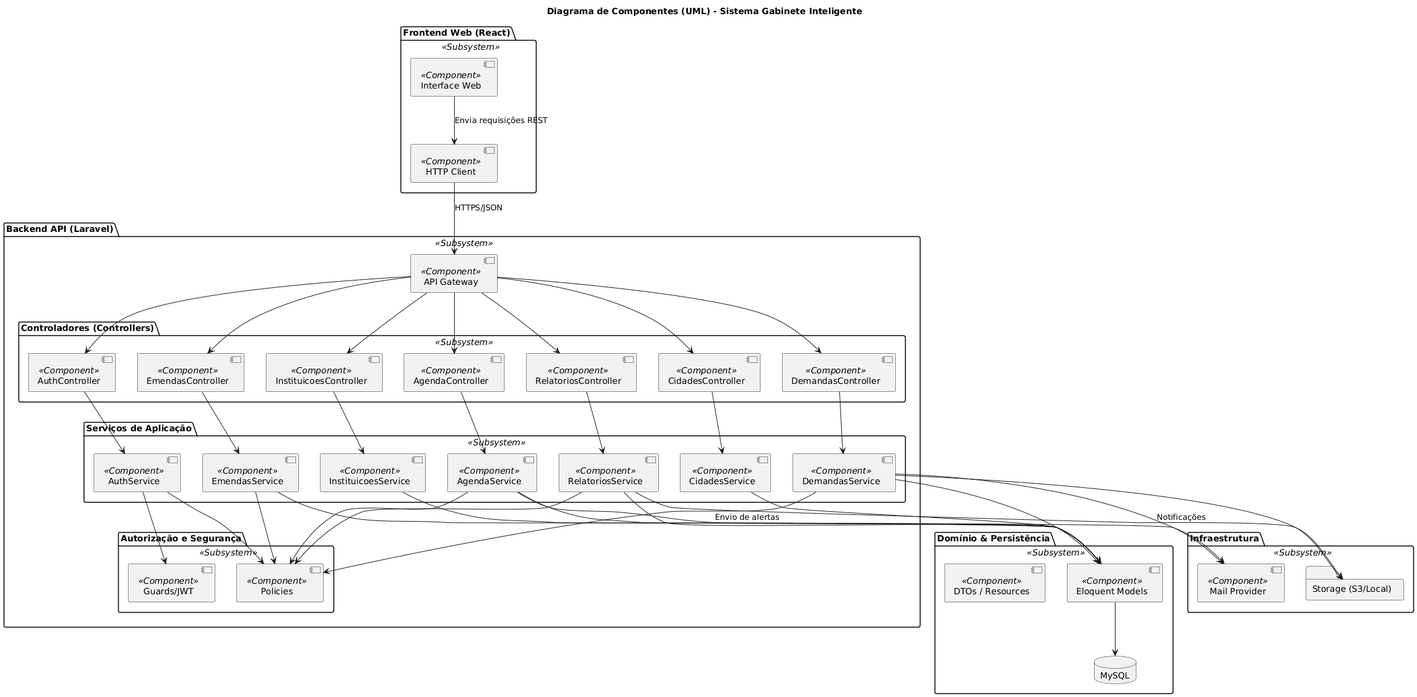
ICEI-PUC-Minas-PPLES-TI/plf-es-2025-2-tcci-0393100-dev-bernardo-biondini keeps this PlantUML diagram as Artefatos/Componentes e Implantacao/Diagrama-componentes.png. Above is the earlier version.
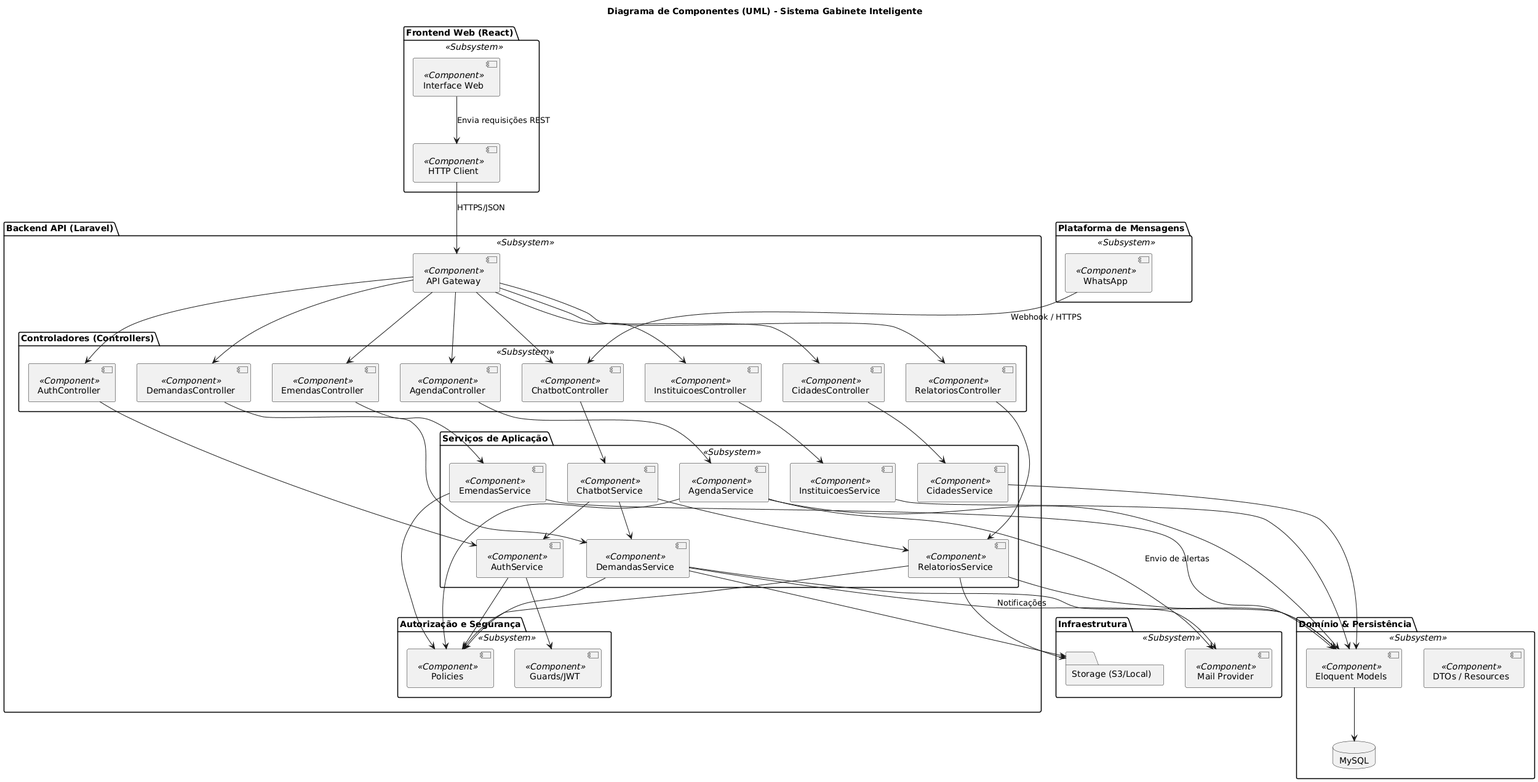
The same diagram one commit later.

Change to the diagram source:
```diff
@@ -23,6 +23,7 @@
     [InstituicoesController] <<Component>>
     [AgendaController] <<Component>>
     [RelatoriosController] <<Component>>
+    [ChatbotController] <<Component>>
   }
 
   package "Serviços de Aplicação" <<Subsystem>> {
@@ -33,6 +34,7 @@
     [InstituicoesService] <<Component>>
     [AgendaService] <<Component>>
     [RelatoriosService] <<Component>>
+    [ChatbotService] <<Component>>
   }
 
   package "Autorização e Segurança" <<Subsystem>> {
@@ -52,7 +54,12 @@
   [Mail Provider] <<Component>>
 }
 
+package "Plataforma de Mensagens" <<Subsystem>> {
+  [WhatsApp] <<Component>>
+}
+
 [HTTP Client] --> [API Gateway] : HTTPS/JSON
+[WhatsApp] --> [ChatbotController] : Webhook / HTTPS
 
 [API Gateway] --> [AuthController]
 [API Gateway] --> [DemandasController]
@@ -61,6 +68,7 @@
 [API Gateway] --> [InstituicoesController]
 [API Gateway] --> [AgendaController]
 [API Gateway] --> [RelatoriosController]
+[API Gateway] --> [ChatbotController]
 
 [AuthController] --> [AuthService]
 [DemandasController] --> [DemandasService]
@@ -69,6 +77,11 @@
 [InstituicoesController] --> [InstituicoesService]
 [AgendaController] --> [AgendaService]
 [RelatoriosController] --> [RelatoriosService]
+[ChatbotController] --> [ChatbotService]
+
+[ChatbotService] --> [DemandasService]
+[ChatbotService] --> [RelatoriosService]
+[ChatbotService] --> [AuthService]
 
 [AuthService] --> [Guards/JWT]
 [AuthService] --> [Policies]
```
